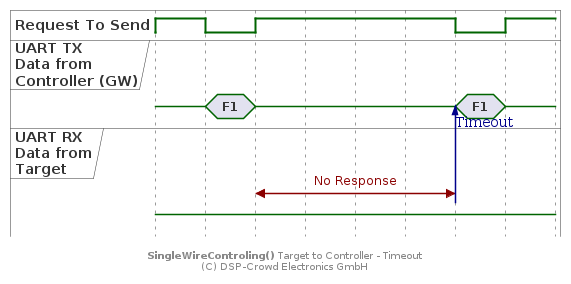
Above: doc/system/protocol/A5_swt-target-to-ctrl_timeout.png in NoOrientationProgramming/code-orb (PlantUML), before the change.
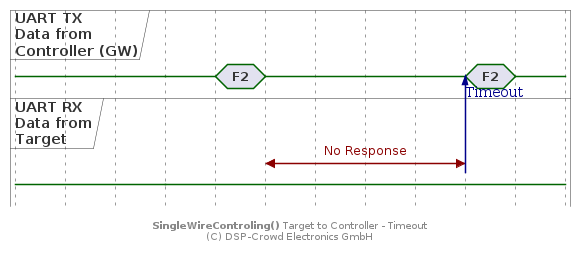
The same file after the commit.

The edit, as a diff of the source:
```diff
@@ -2,34 +2,32 @@
 
 hide time-axis
 
-binary "Request To Send" as rts
 concise "UART TX\nData from\nController (GW)" as ctrl
 concise "UART RX\nData from\nTarget" as tar
 
 @0
-rts is 1
+ctrl is {-}
+tar is {-}
+
+@+60
 ctrl is {-}
 tar is {-}
 
 @+20
-rts is 0
-ctrl is "F1"
+ctrl is "F2"
 
 @+20
-rts is 1
 ctrl is {-}
 
 @+80
-rts is 0
-ctrl is "F1"
+ctrl is "F2"
 
 @+20
-rts is 1
 ctrl is {-}
 
-@40 <-> @+80 : No Response
+@100 <-> @+80 : No Response
 
-@120
+@180
 tar -> ctrl : Timeout
 
 footer **SingleWireControling()** Target to Controller - Timeout\n(C) DSP-Crowd Electronics GmbH
```
